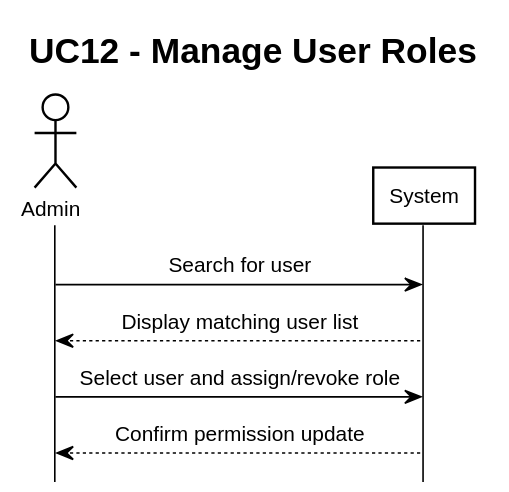
Earlier version of the PlantUML export out/Analysis/SSDs/UC12_ManageUserRoles/UC12_ManageUserRoles.svg (SEPCheesecakeFactory/SEP3). The source it was exported from:
```plantuml
@startuml
title UC12 - Manage User Roles
!include https://raw.githubusercontent.com/fredoslav2004/MinimalThemePUML/refs/heads/main/minimal-theme.puml

actor Admin
participant System

Admin -> System: Search for user
System --> Admin: Display matching user list
Admin -> System: Select user and assign/revoke role
System --> Admin: Confirm permission update
@enduml
```
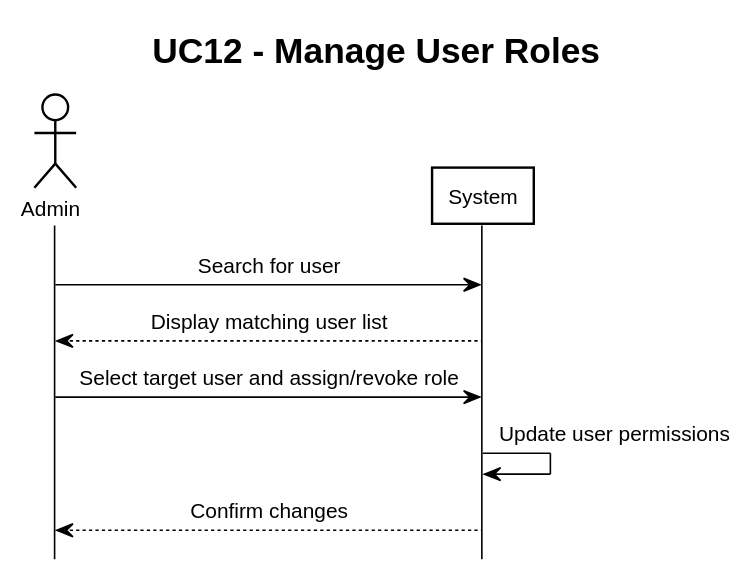
After the change.

Diff of the diagram source:
```diff
@@ -7,6 +7,7 @@
 
 Admin -> System: Search for user
 System --> Admin: Display matching user list
-Admin -> System: Select user and assign/revoke role
-System --> Admin: Confirm permission update
+Admin -> System: Select target user and assign/revoke role
+System -> System: Update user permissions
+System --> Admin: Confirm changes
 @enduml
```
